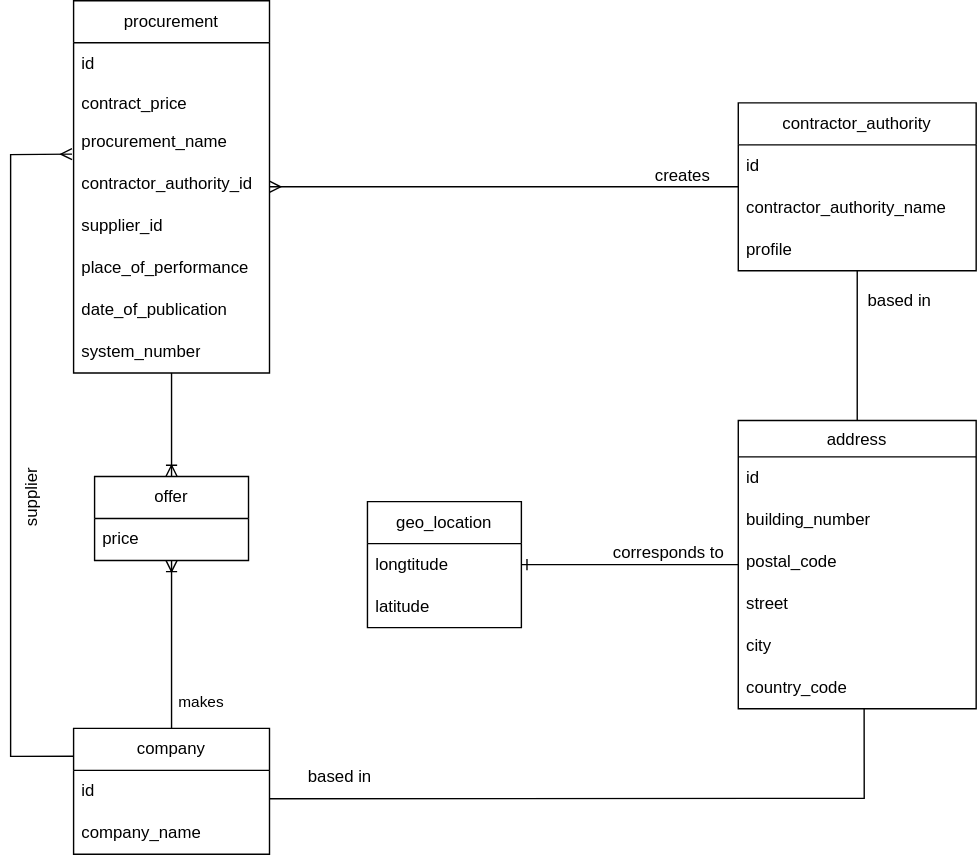
The draw.io diagram conceptual_schema.svg in drozdma6/tender-maps, before a commit. Source tidied: cells renumbered, new cells last; positions are measured from the earlier drawing's top-left corner, leaving out a move shared by most shapes.
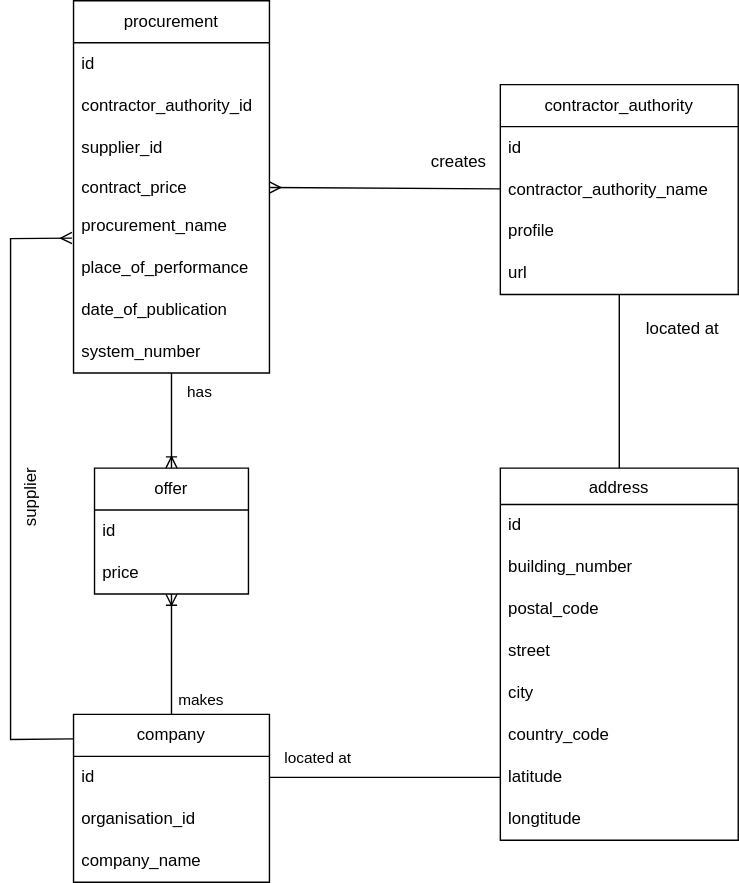
After the change.

What changed in the source:
```diff
@@ -8,18 +8,18 @@
     <mxCell id="3" value="id" style="text;strokeColor=none;fillColor=none;align=left;verticalAlign=middle;spacingLeft=4;spacingRight=4;overflow=hidden;whiteSpace=wrap;html=1;" parent="2" vertex="1">
       <mxGeometry y="30" width="140" height="30" as="geometry" />
     </mxCell>
+    <mxCell id="6" value="contractor_authority_id" style="text;strokeColor=none;fillColor=none;align=left;verticalAlign=middle;spacingLeft=4;spacingRight=4;overflow=hidden;whiteSpace=wrap;html=1;" parent="2" vertex="1">
+      <mxGeometry y="60" width="140" height="30" as="geometry" />
+    </mxCell>
+    <mxCell id="7" value="supplier_id" style="text;strokeColor=none;fillColor=none;align=left;verticalAlign=middle;spacingLeft=4;spacingRight=4;overflow=hidden;whiteSpace=wrap;html=1;" parent="2" vertex="1">
+      <mxGeometry y="90" width="140" height="30" as="geometry" />
+    </mxCell>
     <mxCell id="4" value="contract_price&#10;" style="text;strokeColor=none;fillColor=none;align=left;verticalAlign=top;spacingLeft=4;spacingRight=4;overflow=hidden;" parent="2" vertex="1">
-      <mxGeometry y="60" width="140" height="26" as="geometry" />
+      <mxGeometry y="120" width="140" height="26" as="geometry" />
     </mxCell>
     <mxCell id="5" value="procurement_name" style="text;strokeColor=none;fillColor=none;align=left;verticalAlign=middle;spacingLeft=4;spacingRight=4;overflow=hidden;points=[[0,0.5],[1,0.5]];portConstraint=eastwest;whiteSpace=wrap;html=1;" parent="2" vertex="1">
-      <mxGeometry y="86" width="140" height="30" as="geometry" />
+      <mxGeometry y="146" width="140" height="30" as="geometry" />
     </mxCell>
-    <mxCell id="6" value="contractor_authority_id" style="text;strokeColor=none;fillColor=none;align=left;verticalAlign=middle;spacingLeft=4;spacingRight=4;overflow=hidden;whiteSpace=wrap;html=1;" parent="2" vertex="1">
-      <mxGeometry y="116" width="140" height="30" as="geometry" />
-    </mxCell>
-    <mxCell id="7" value="supplier_id" style="text;strokeColor=none;fillColor=none;align=left;verticalAlign=middle;spacingLeft=4;spacingRight=4;overflow=hidden;whiteSpace=wrap;html=1;" parent="2" vertex="1">
-      <mxGeometry y="146" width="140" height="30" as="geometry" />
-    </mxCell>
     <mxCell id="8" value="place_of_performance" style="text;strokeColor=none;fillColor=none;align=left;verticalAlign=middle;spacingLeft=4;spacingRight=4;overflow=hidden;whiteSpace=wrap;html=1;" parent="2" vertex="1">
       <mxGeometry y="176" width="140" height="30" as="geometry" />
     </mxCell>
@@ -30,7 +30,7 @@
       <mxGeometry y="236" width="140" height="30" as="geometry" />
     </mxCell>
     <mxCell id="11" value="contractor_authority" style="swimlane;fontStyle=0;horizontal=1;startSize=30;whiteSpace=wrap;html=1;" parent="1" vertex="1">
-      <mxGeometry x="535" y="73" width="170" height="120" as="geometry" />
+      <mxGeometry x="365" y="60" width="170" height="150" as="geometry" />
     </mxCell>
     <mxCell id="12" value="id" style="text;strokeColor=none;fillColor=none;align=left;verticalAlign=middle;spacingLeft=4;spacingRight=4;overflow=hidden;whiteSpace=wrap;html=1;" parent="11" vertex="1">
       <mxGeometry y="30" width="170" height="30" as="geometry" />
@@ -41,26 +41,35 @@
     <mxCell id="14" value="profile" style="text;strokeColor=none;fillColor=none;align=left;verticalAlign=middle;spacingLeft=4;spacingRight=4;overflow=hidden;whiteSpace=wrap;html=1;" parent="11" vertex="1">
       <mxGeometry y="90" width="170" height="30" as="geometry" />
     </mxCell>
+    <mxCell id="43" value="url" style="text;strokeColor=none;fillColor=none;align=left;verticalAlign=middle;spacingLeft=4;spacingRight=4;overflow=hidden;whiteSpace=wrap;html=1;" parent="11" vertex="1">
+      <mxGeometry y="120" width="170" height="30" as="geometry" />
+    </mxCell>
     <mxCell id="15" value="offer" style="swimlane;fontStyle=0;horizontal=1;startSize=30;whiteSpace=wrap;html=1;" parent="1" vertex="1">
-      <mxGeometry x="75" y="340" width="110" height="60" as="geometry" />
+      <mxGeometry x="75" y="334" width="110" height="90" as="geometry" />
     </mxCell>
+    <mxCell id="44" value="id" style="text;strokeColor=none;fillColor=none;align=left;verticalAlign=middle;spacingLeft=4;spacingRight=4;overflow=hidden;whiteSpace=wrap;html=1;" parent="15" vertex="1">
+      <mxGeometry y="30" width="110" height="30" as="geometry" />
+    </mxCell>
     <mxCell id="16" value="price" style="text;strokeColor=none;fillColor=none;align=left;verticalAlign=middle;spacingLeft=4;spacingRight=4;overflow=hidden;whiteSpace=wrap;html=1;" parent="15" vertex="1">
-      <mxGeometry y="30" width="110" height="30" as="geometry" />
+      <mxGeometry y="60" width="110" height="30" as="geometry" />
     </mxCell>
     <mxCell id="17" value="company" style="swimlane;fontStyle=0;horizontal=1;startSize=30;whiteSpace=wrap;html=1;" parent="1" vertex="1">
-      <mxGeometry x="60" y="520" width="140" height="90" as="geometry" />
+      <mxGeometry x="60" y="510" width="140" height="120" as="geometry" />
     </mxCell>
     <mxCell id="18" value="id" style="text;strokeColor=none;fillColor=none;align=left;verticalAlign=middle;spacingLeft=4;spacingRight=4;overflow=hidden;points=[[0,0.5],[1,0.5]];portConstraint=eastwest;whiteSpace=wrap;html=1;" parent="17" vertex="1">
       <mxGeometry y="30" width="140" height="30" as="geometry" />
     </mxCell>
+    <mxCell id="45" value="organisation_id" style="text;strokeColor=none;fillColor=none;align=left;verticalAlign=middle;spacingLeft=4;spacingRight=4;overflow=hidden;whiteSpace=wrap;html=1;" parent="17" vertex="1">
+      <mxGeometry y="60" width="140" height="30" as="geometry" />
+    </mxCell>
     <mxCell id="19" value="company_name" style="text;strokeColor=none;fillColor=none;align=left;verticalAlign=middle;spacingLeft=4;spacingRight=4;overflow=hidden;whiteSpace=wrap;html=1;" parent="17" vertex="1">
-      <mxGeometry y="60" width="140" height="30" as="geometry" />
+      <mxGeometry y="90" width="140" height="30" as="geometry" />
     </mxCell>
     <mxCell id="20" value="supplier" style="text;html=1;strokeColor=none;fillColor=none;align=center;verticalAlign=middle;whiteSpace=wrap;rounded=0;rotation=-90;" parent="1" vertex="1">
       <mxGeometry y="340" width="60" height="30" as="geometry" />
     </mxCell>
     <mxCell id="21" value="address" style="swimlane;fontStyle=0;horizontal=1;startSize=26;fillColor=none;" parent="1" vertex="1">
-      <mxGeometry x="535" y="300" width="170" height="206" as="geometry" />
+      <mxGeometry x="365" y="334" width="170" height="266" as="geometry" />
     </mxCell>
     <mxCell id="22" value="id" style="text;strokeColor=none;fillColor=none;align=left;verticalAlign=middle;spacingLeft=4;spacingRight=4;overflow=hidden;whiteSpace=wrap;html=1;" parent="21" vertex="1">
       <mxGeometry y="26" width="170" height="30" as="geometry" />
@@ -80,6 +89,12 @@
     <mxCell id="27" value="country_code" style="text;strokeColor=none;fillColor=none;align=left;verticalAlign=middle;spacingLeft=4;spacingRight=4;overflow=hidden;points=[[0,0.5],[1,0.5]];portConstraint=eastwest;whiteSpace=wrap;html=1;" parent="21" vertex="1">
       <mxGeometry y="176" width="170" height="30" as="geometry" />
     </mxCell>
+    <mxCell id="40" value="latitude" style="text;strokeColor=none;fillColor=none;align=left;verticalAlign=middle;spacingLeft=4;spacingRight=4;overflow=hidden;points=[[0,0.5],[1,0.5]];portConstraint=eastwest;whiteSpace=wrap;html=1;" parent="21" vertex="1">
+      <mxGeometry y="206" width="170" height="30" as="geometry" />
+    </mxCell>
+    <mxCell id="39" value="longtitude" style="text;strokeColor=none;fillColor=none;align=left;verticalAlign=middle;spacingLeft=4;spacingRight=4;overflow=hidden;whiteSpace=wrap;html=1;" parent="21" vertex="1">
+      <mxGeometry y="236" width="170" height="30" as="geometry" />
+    </mxCell>
     <mxCell id="28" style="fontSize=12;html=1;endArrow=ERoneToMany;rounded=0;" parent="1" edge="1" source="17" target="15">
       <mxGeometry relative="1" as="geometry" />
     </mxCell>
@@ -95,47 +110,45 @@
       <mxGeometry relative="1" as="geometry" />
     </mxCell>
     <mxCell id="32" value="creates" style="text;html=1;align=center;verticalAlign=middle;strokeColor=none;fillColor=none;" parent="1" vertex="1">
-      <mxGeometry x="465" y="110" width="60" height="30" as="geometry" />
+      <mxGeometry x="305" y="100" width="60" height="30" as="geometry" />
     </mxCell>
-    <mxCell id="33" style="endArrow=none;html=1;rounded=0;exitX=0.999;exitY=0.677;exitDx=0;exitDy=0;exitPerimeter=0;entryX=0.529;entryY=1;entryDx=0;entryDy=0;entryPerimeter=0;" parent="1" edge="1" source="18" target="27">
-      <mxGeometry relative="1" as="geometry">
-        <Array as="points">
-          <mxPoint x="625" y="570" />
-        </Array>
-      </mxGeometry>
-    </mxCell>
-    <mxCell id="34" value="based in" style="text;html=1;align=center;verticalAlign=middle;strokeColor=none;fillColor=none;" parent="1" vertex="1">
-      <mxGeometry x="215" y="540" width="70" height="30" as="geometry" />
-    </mxCell>
     <mxCell id="35" style="endArrow=none;html=1;rounded=0;" parent="1" edge="1" source="11" target="21">
       <mxGeometry relative="1" as="geometry" />
     </mxCell>
-    <mxCell id="36" value="based in" style="text;html=1;align=center;verticalAlign=middle;strokeColor=none;fillColor=none;" parent="1" vertex="1">
-      <mxGeometry x="615" y="200" width="70" height="30" as="geometry" />
+    <mxCell id="36" value="located at" style="text;html=1;align=center;verticalAlign=middle;strokeColor=none;fillColor=none;" parent="1" vertex="1">
+      <mxGeometry x="455" y="220" width="80" height="30" as="geometry" />
     </mxCell>
-    <mxCell id="37" style="fontSize=12;html=1;endArrow=ERmany;rounded=0;entryX=-0.008;entryY=0.788;entryDx=0;entryDy=0;entryPerimeter=0;exitX=-0.001;exitY=0.221;exitDx=0;exitDy=0;exitPerimeter=0;" parent="1" edge="1" source="17" target="5">
+    <mxCell id="37" style="fontSize=12;html=1;endArrow=ERmany;rounded=0;entryX=-0.008;entryY=0.788;entryDx=0;entryDy=0;entryPerimeter=0;exitX=-0.003;exitY=0.146;exitDx=0;exitDy=0;exitPerimeter=0;" parent="1" edge="1" source="17" target="5">
       <mxGeometry relative="1" as="geometry">
         <Array as="points">
-          <mxPoint x="15" y="540" />
+          <mxPoint x="15" y="528" />
           <mxPoint x="15" y="360" />
-          <mxPoint x="15" y="110" />
+          <mxPoint x="15" y="170" />
         </Array>
       </mxGeometry>
     </mxCell>
-    <mxCell id="38" value="geo_location" style="swimlane;fontStyle=0;horizontal=1;startSize=30;whiteSpace=wrap;html=1;" parent="1" vertex="1">
-      <mxGeometry x="270" y="358" width="110" height="90" as="geometry" />
-    </mxCell>
-    <mxCell id="39" value="longtitude" style="text;strokeColor=none;fillColor=none;align=left;verticalAlign=middle;spacingLeft=4;spacingRight=4;overflow=hidden;whiteSpace=wrap;html=1;" parent="38" vertex="1">
-      <mxGeometry y="30" width="110" height="30" as="geometry" />
-    </mxCell>
-    <mxCell id="40" value="latitude" style="text;strokeColor=none;fillColor=none;align=left;verticalAlign=middle;spacingLeft=4;spacingRight=4;overflow=hidden;points=[[0,0.5],[1,0.5]];portConstraint=eastwest;whiteSpace=wrap;html=1;" parent="38" vertex="1">
-      <mxGeometry y="60" width="110" height="30" as="geometry" />
-    </mxCell>
-    <mxCell id="41" style="edgeStyle=entityRelationEdgeStyle;fontSize=12;html=1;endArrow=ERone;endFill=1;rounded=0;" parent="1" edge="1" source="21" target="38">
-      <mxGeometry relative="1" as="geometry" />
-    </mxCell>
-    <mxCell id="42" value="corresponds to" style="text;html=1;align=center;verticalAlign=middle;strokeColor=none;fillColor=none;" parent="1" vertex="1">
-      <mxGeometry x="435" y="380" width="100" height="30" as="geometry" />
-    </mxCell>
+    <mxCell id="46" style="shape=table;startSize=0;rowLines=0;fontStyle=0;align=center;strokeColor=none;fillColor=none;whiteSpace=wrap;html=1;" parent="1" vertex="1">
+      <mxGeometry x="355" y="490" width="170" height="30" as="geometry" />
+    </mxCell>
+    <mxCell id="47" style="shape=tableRow;horizontal=0;startSize=0;swimlaneHead=0;swimlaneBody=0;fillColor=none;top=0;left=0;right=0;bottom=0;" parent="46" vertex="1">
+      <mxGeometry width="170" height="30" as="geometry" />
+    </mxCell>
+    <mxCell id="48" style="shape=partialRectangle;fillColor=none;top=0;left=0;bottom=0;right=0;overflow=hidden;" parent="47" vertex="1">
+      <mxGeometry width="80" height="30" as="geometry" />
+    </mxCell>
+    <mxCell id="49" style="shape=partialRectangle;fillColor=none;top=0;left=0;bottom=0;right=0;align=left;spacingLeft=6;overflow=hidden;" parent="47" vertex="1">
+      <mxGeometry x="80" width="90" height="30" as="geometry" />
+    </mxCell>
+    <mxCell id="50" style="endArrow=none;html=1;rounded=0;entryX=0;entryY=0.5;entryDx=0;entryDy=0;exitX=1;exitY=0.5;exitDx=0;exitDy=0;" parent="1" edge="1" source="18" target="40">
+      <mxGeometry relative="1" as="geometry" />
+    </mxCell>
+    <mxCell id="51" value="located at&amp;nbsp;" style="edgeLabel;html=1;align=center;verticalAlign=middle;" parent="1" vertex="1">
+      <mxGeometry x="235" y="540" as="geometry" />
+    </mxCell>
+    <mxCell id="52" value="has" style="edgeLabel;html=1;align=center;verticalAlign=middle;" parent="1" vertex="1">
+      <mxGeometry x="115" y="460" as="geometry">
+        <mxPoint x="34" y="-181" as="offset" />
+      </mxGeometry>
+    </mxCell>
   </root>
 </mxGraphModel>
```
